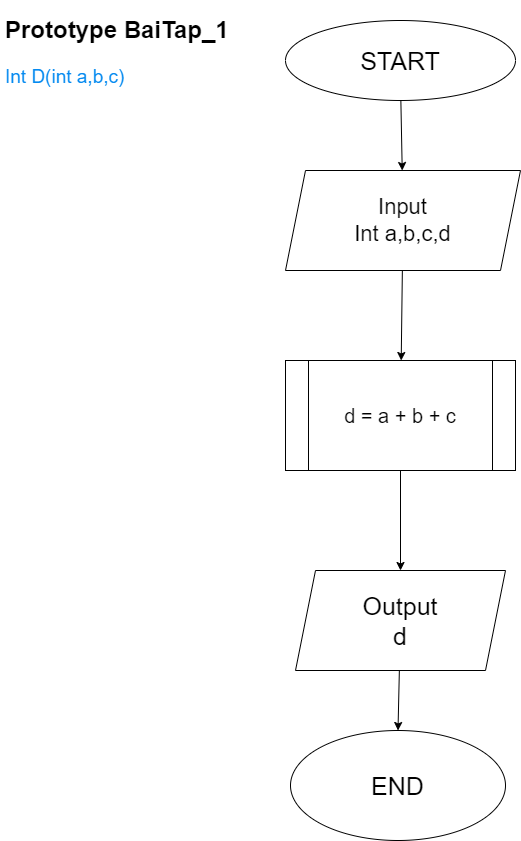
MinkWungNe/NLNNLT keeps this draw.io diagram as Lab_1/Bai_1/FlowBai_1_1.drawio.png. Above is the earlier version. Source tidied: cells renumbered, new cells last; positions are measured from the earlier drawing's top-left corner, leaving out a move shared by most shapes.
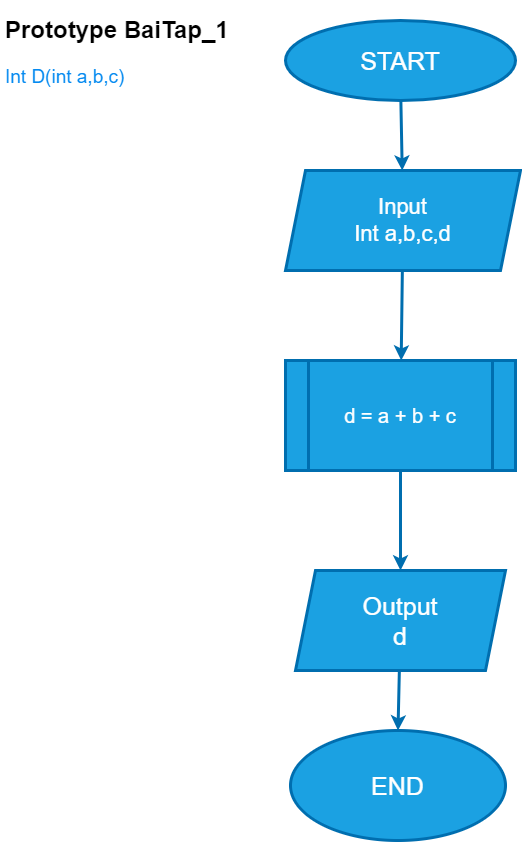
Above is the later version.

Diff of the diagram source:
```diff
@@ -2,31 +2,31 @@
   <root>
     <mxCell id="0" />
     <mxCell id="1" parent="0" />
-    <mxCell id="2" style="edgeStyle=none;html=1;fontSize=25;" parent="1" edge="1" source="3" target="5">
+    <mxCell id="2" style="edgeStyle=none;html=1;fontSize=25;fillColor=#1ba1e2;strokeColor=#006EAF;strokeWidth=3;" parent="1" edge="1" source="3" target="5">
       <mxGeometry relative="1" as="geometry" />
     </mxCell>
-    <mxCell id="3" value="START" style="ellipse;whiteSpace=wrap;html=1;fontSize=25;" parent="1" vertex="1">
+    <mxCell id="3" value="START" style="ellipse;whiteSpace=wrap;html=1;fontSize=25;fillColor=#1ba1e2;fontColor=#ffffff;strokeColor=#006EAF;strokeWidth=3;" parent="1" vertex="1">
       <mxGeometry x="285" y="10" width="230" height="80" as="geometry" />
     </mxCell>
-    <mxCell id="4" style="edgeStyle=none;html=1;fontSize=25;" parent="1" edge="1" source="5" target="7">
+    <mxCell id="4" style="edgeStyle=none;html=1;fontSize=25;fillColor=#1ba1e2;strokeColor=#006EAF;strokeWidth=3;" parent="1" edge="1" source="5" target="7">
       <mxGeometry relative="1" as="geometry" />
     </mxCell>
-    <mxCell id="5" value="Input&lt;br style=&quot;font-size: 22px;&quot;&gt;Int a,b,c,d" style="shape=parallelogram;perimeter=parallelogramPerimeter;whiteSpace=wrap;html=1;fixedSize=1;fontSize=22;" parent="1" vertex="1">
+    <mxCell id="5" value="Input&lt;br style=&quot;font-size: 22px;&quot;&gt;Int a,b,c,d" style="shape=parallelogram;perimeter=parallelogramPerimeter;whiteSpace=wrap;html=1;fixedSize=1;fontSize=22;fillColor=#1ba1e2;fontColor=#ffffff;strokeColor=#006EAF;strokeWidth=3;" parent="1" vertex="1">
       <mxGeometry x="285" y="160" width="235" height="100" as="geometry" />
     </mxCell>
-    <mxCell id="6" style="edgeStyle=none;html=1;entryX=0.5;entryY=0;entryDx=0;entryDy=0;fontSize=25;" parent="1" edge="1" source="7" target="9">
+    <mxCell id="6" style="edgeStyle=none;html=1;entryX=0.5;entryY=0;entryDx=0;entryDy=0;fontSize=25;fillColor=#1ba1e2;strokeColor=#006EAF;strokeWidth=3;" parent="1" edge="1" source="7" target="9">
       <mxGeometry relative="1" as="geometry" />
     </mxCell>
-    <mxCell id="7" value="d = a + b + c" style="shape=process;whiteSpace=wrap;html=1;backgroundOutline=1;fontSize=20;" parent="1" vertex="1">
+    <mxCell id="7" value="d = a + b + c" style="shape=process;whiteSpace=wrap;html=1;backgroundOutline=1;fontSize=20;fillColor=#1ba1e2;fontColor=#ffffff;strokeColor=#006EAF;strokeWidth=3;" parent="1" vertex="1">
       <mxGeometry x="285" y="350" width="230" height="110" as="geometry" />
     </mxCell>
-    <mxCell id="8" style="edgeStyle=none;html=1;entryX=0.5;entryY=0;entryDx=0;entryDy=0;fontSize=25;" parent="1" edge="1" source="9" target="10">
+    <mxCell id="8" style="edgeStyle=none;html=1;entryX=0.5;entryY=0;entryDx=0;entryDy=0;fontSize=25;fillColor=#1ba1e2;strokeColor=#006EAF;strokeWidth=3;" parent="1" edge="1" source="9" target="10">
       <mxGeometry relative="1" as="geometry" />
     </mxCell>
-    <mxCell id="9" value="Output&lt;br style=&quot;font-size: 25px;&quot;&gt;d" style="shape=parallelogram;perimeter=parallelogramPerimeter;whiteSpace=wrap;html=1;fixedSize=1;fontSize=25;" parent="1" vertex="1">
+    <mxCell id="9" value="Output&lt;br style=&quot;font-size: 25px;&quot;&gt;d" style="shape=parallelogram;perimeter=parallelogramPerimeter;whiteSpace=wrap;html=1;fixedSize=1;fontSize=25;fillColor=#1ba1e2;fontColor=#ffffff;strokeColor=#006EAF;strokeWidth=3;" parent="1" vertex="1">
       <mxGeometry x="295" y="560" width="210" height="100" as="geometry" />
     </mxCell>
-    <mxCell id="10" value="END" style="ellipse;whiteSpace=wrap;html=1;fontSize=25;" parent="1" vertex="1">
+    <mxCell id="10" value="END" style="ellipse;whiteSpace=wrap;html=1;fontSize=25;fillColor=#1ba1e2;fontColor=#ffffff;strokeColor=#006EAF;strokeWidth=3;" parent="1" vertex="1">
       <mxGeometry x="290" y="720" width="215" height="110" as="geometry" />
     </mxCell>
     <mxCell id="11" value="&lt;h1&gt;&lt;span style=&quot;background-color: initial;&quot;&gt;Prototype BaiTap_1&lt;/span&gt;&lt;/h1&gt;&lt;h1&gt;&lt;span style=&quot;font-weight: 400;&quot;&gt;&lt;font color=&quot;#058af0&quot; style=&quot;font-size: 19px;&quot;&gt;Int D(int a,b,c)&lt;/font&gt;&lt;/span&gt;&lt;/h1&gt;" style="text;html=1;strokeColor=none;fillColor=none;spacing=5;spacingTop=-20;whiteSpace=wrap;overflow=hidden;rounded=0;" parent="1" vertex="1">
```
